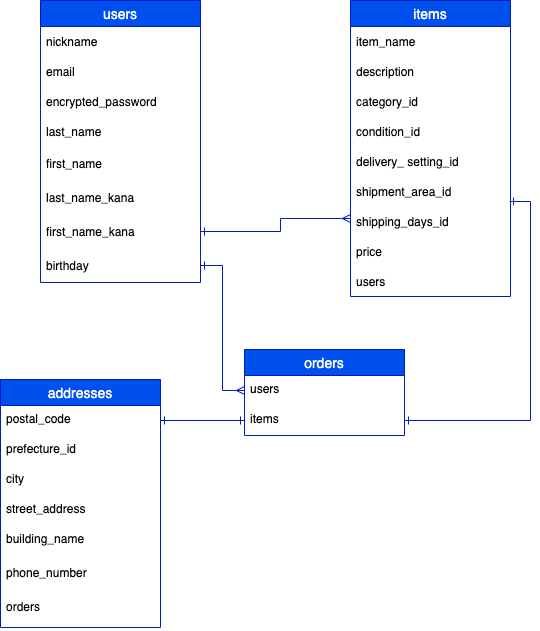
goemon-suzu/furima-34847 keeps this draw.io diagram as furima.png. Above is the earlier version. Source tidied: cells renumbered, new cells last; positions are measured from the earlier drawing's top-left corner, leaving out a move shared by most shapes.
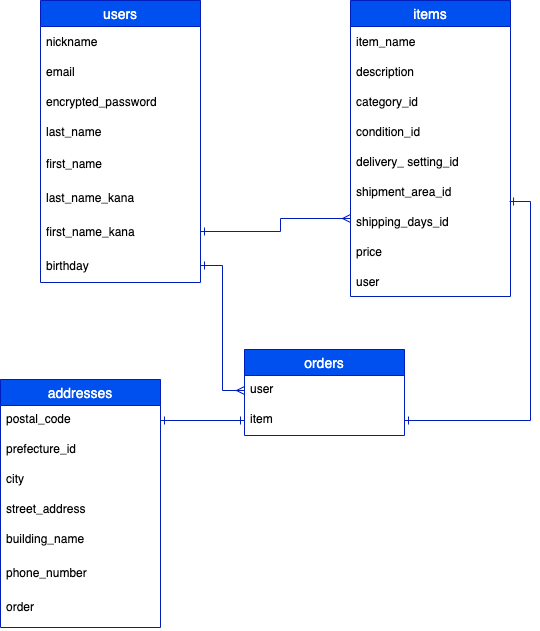
Later version of the same file.

The edit, as a diff of the source:
```diff
@@ -29,7 +29,7 @@
     <mxCell id="10" value="price" style="text;strokeColor=none;fillColor=none;spacingLeft=4;spacingRight=4;overflow=hidden;fontSize=12;fontColor=#030303;align=left;verticalAlign=middle;" parent="2" vertex="1">
       <mxGeometry y="236" width="160" height="30" as="geometry" />
     </mxCell>
-    <mxCell id="11" value="users" style="text;strokeColor=none;fillColor=none;spacingLeft=4;spacingRight=4;overflow=hidden;fontSize=12;fontColor=#030303;align=left;verticalAlign=middle;" parent="2" vertex="1">
+    <mxCell id="11" value="user" style="text;strokeColor=none;fillColor=none;spacingLeft=4;spacingRight=4;overflow=hidden;fontSize=12;fontColor=#030303;align=left;verticalAlign=middle;" parent="2" vertex="1">
       <mxGeometry y="266" width="160" height="30" as="geometry" />
     </mxCell>
     <mxCell id="12" value="users" style="swimlane;fontStyle=0;horizontal=1;startSize=26;align=center;fontSize=14;strokeColor=#001DBC;fillColor=#0050ef;fontColor=#ffffff;" parent="1" vertex="1">
@@ -62,10 +62,10 @@
     <mxCell id="21" value="orders" style="swimlane;fontStyle=0;horizontal=1;startSize=26;align=center;fontSize=14;strokeColor=#001DBC;fillColor=#0050ef;fontColor=#ffffff;" parent="1" vertex="1">
       <mxGeometry x="244" y="349" width="160" height="86" as="geometry" />
     </mxCell>
-    <mxCell id="22" value="users" style="text;strokeColor=none;spacingLeft=4;spacingRight=4;overflow=hidden;points=[[0,0.5],[1,0.5]];portConstraint=eastwest;fontSize=12;fontColor=#000000;" parent="21" vertex="1">
+    <mxCell id="22" value="user" style="text;strokeColor=none;spacingLeft=4;spacingRight=4;overflow=hidden;points=[[0,0.5],[1,0.5]];portConstraint=eastwest;fontSize=12;fontColor=#000000;" parent="21" vertex="1">
       <mxGeometry y="26" width="160" height="30" as="geometry" />
     </mxCell>
-    <mxCell id="23" value="items" style="text;strokeColor=none;fillColor=none;spacingLeft=4;spacingRight=4;overflow=hidden;points=[[0,0.5],[1,0.5]];portConstraint=eastwest;fontSize=12;fontColor=#030303;" parent="21" vertex="1">
+    <mxCell id="23" value="item" style="text;strokeColor=none;fillColor=none;spacingLeft=4;spacingRight=4;overflow=hidden;points=[[0,0.5],[1,0.5]];portConstraint=eastwest;fontSize=12;fontColor=#030303;" parent="21" vertex="1">
       <mxGeometry y="56" width="160" height="30" as="geometry" />
     </mxCell>
     <mxCell id="24" value="addresses" style="swimlane;fontStyle=0;horizontal=1;startSize=26;align=center;fontSize=14;strokeColor=#001DBC;fillColor=#0050ef;fontColor=#ffffff;" parent="1" vertex="1">
@@ -89,7 +89,7 @@
     <mxCell id="30" value="phone_number" style="text;strokeColor=none;fillColor=none;spacingLeft=4;spacingRight=4;overflow=hidden;fontSize=12;fontColor=#030303;" parent="24" vertex="1">
       <mxGeometry y="180" width="160" height="34" as="geometry" />
     </mxCell>
-    <mxCell id="31" value="orders" style="text;strokeColor=none;fillColor=none;spacingLeft=4;spacingRight=4;overflow=hidden;fontSize=12;fontColor=#030303;" parent="24" vertex="1">
+    <mxCell id="31" value="order" style="text;strokeColor=none;fillColor=none;spacingLeft=4;spacingRight=4;overflow=hidden;fontSize=12;fontColor=#030303;" parent="24" vertex="1">
       <mxGeometry y="214" width="160" height="34" as="geometry" />
     </mxCell>
     <mxCell id="32" style="edgeStyle=orthogonalEdgeStyle;rounded=0;orthogonalLoop=1;jettySize=auto;html=1;fontColor=#F0F0F0;fillColor=#0050ef;strokeColor=#001DBC;startArrow=ERone;startFill=0;endArrow=ERmany;endFill=0;" parent="1" edge="1">
```
